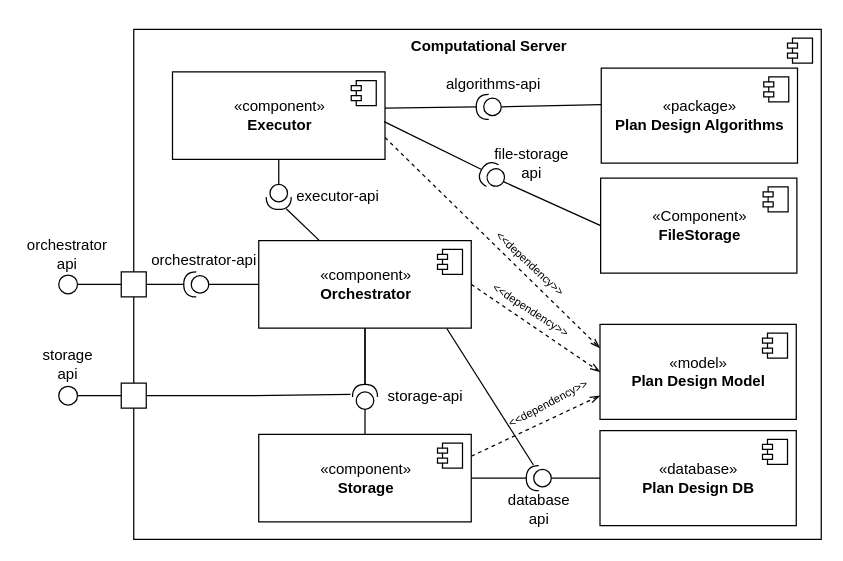
The draw.io diagram master/sources/diploma/architecture/diagrams/common/component.drawio in stalker-fc/diploma, before the edit. Source tidied: cells renumbered, new cells numbered last; positions are measured from the earlier drawing's top-left corner, leaving out a move shared by most shapes. Both pictures are drawn from the tidied source at 125%, with x=0, y=0 at pixel (21, 21).
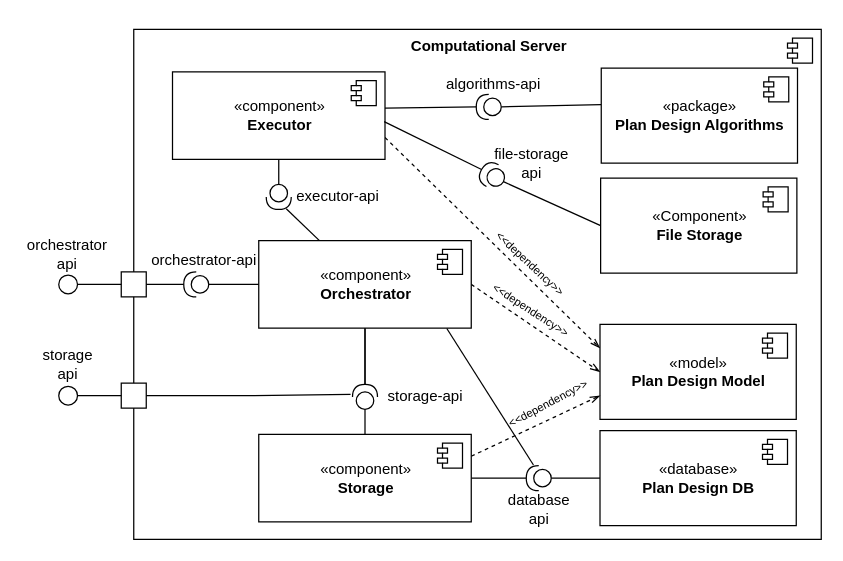
The same page after the edit.

Change to the diagram source:
```diff
@@
-    <mxCell id="47" value="«Component»&lt;br&gt;&lt;b&gt;FileStorage&lt;/b&gt;" style="html=1;fillColor=default;" parent="1" vertex="1">
+    <mxCell id="47" value="«Component»&lt;br&gt;&lt;b&gt;File Storage&lt;/b&gt;" style="html=1;fillColor=default;" parent="1" vertex="1">
       <mxGeometry x="463" y="125" width="157" height="76" as="geometry" />
     </mxCell>
```
